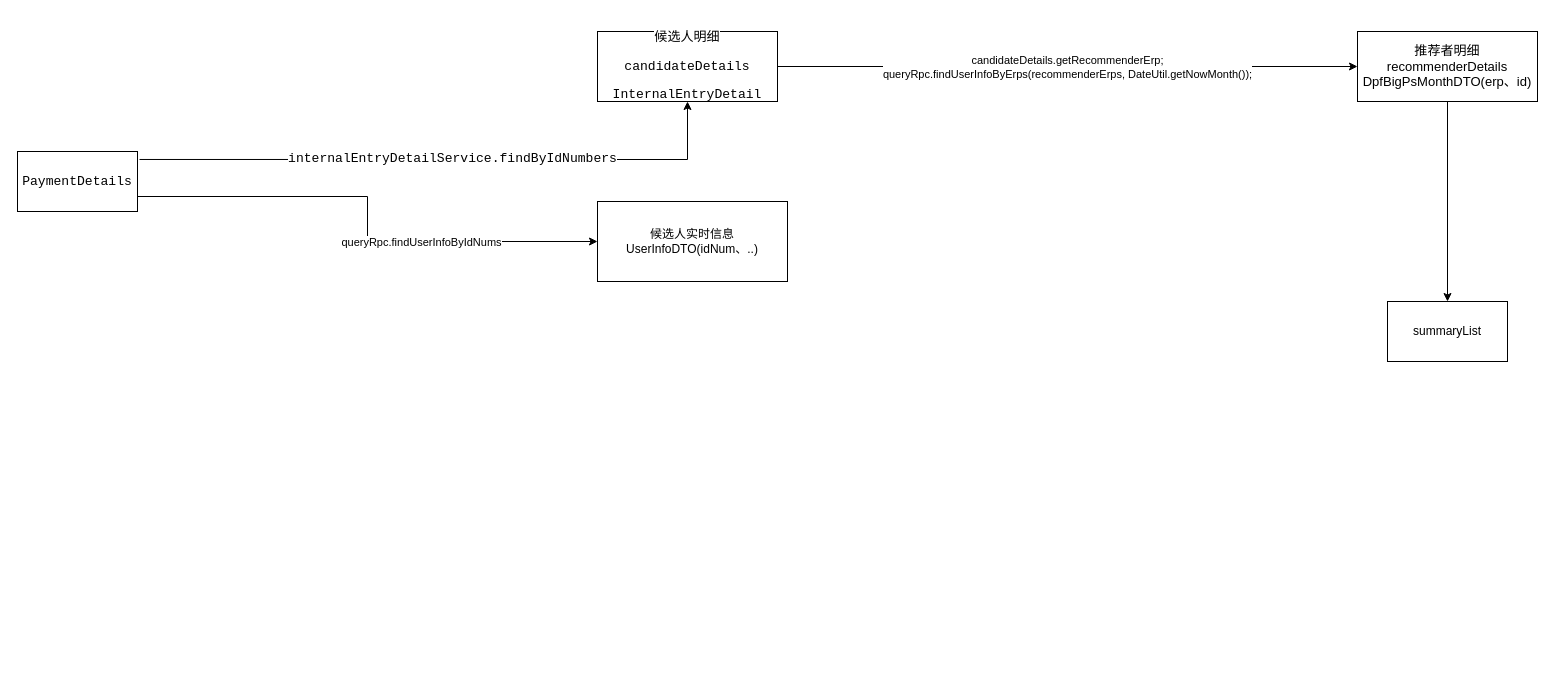
The draw.io diagram Untitled Diagram.drawio in A-Rivi/git-demo, before the edit. Source tidied: cells renumbered, new cells numbered last; positions are measured from the earlier drawing's top-left corner, leaving out a move shared by most shapes. Both pictures are drawn from the tidied source at 100%, with x=0, y=0 at pixel (17, 31).
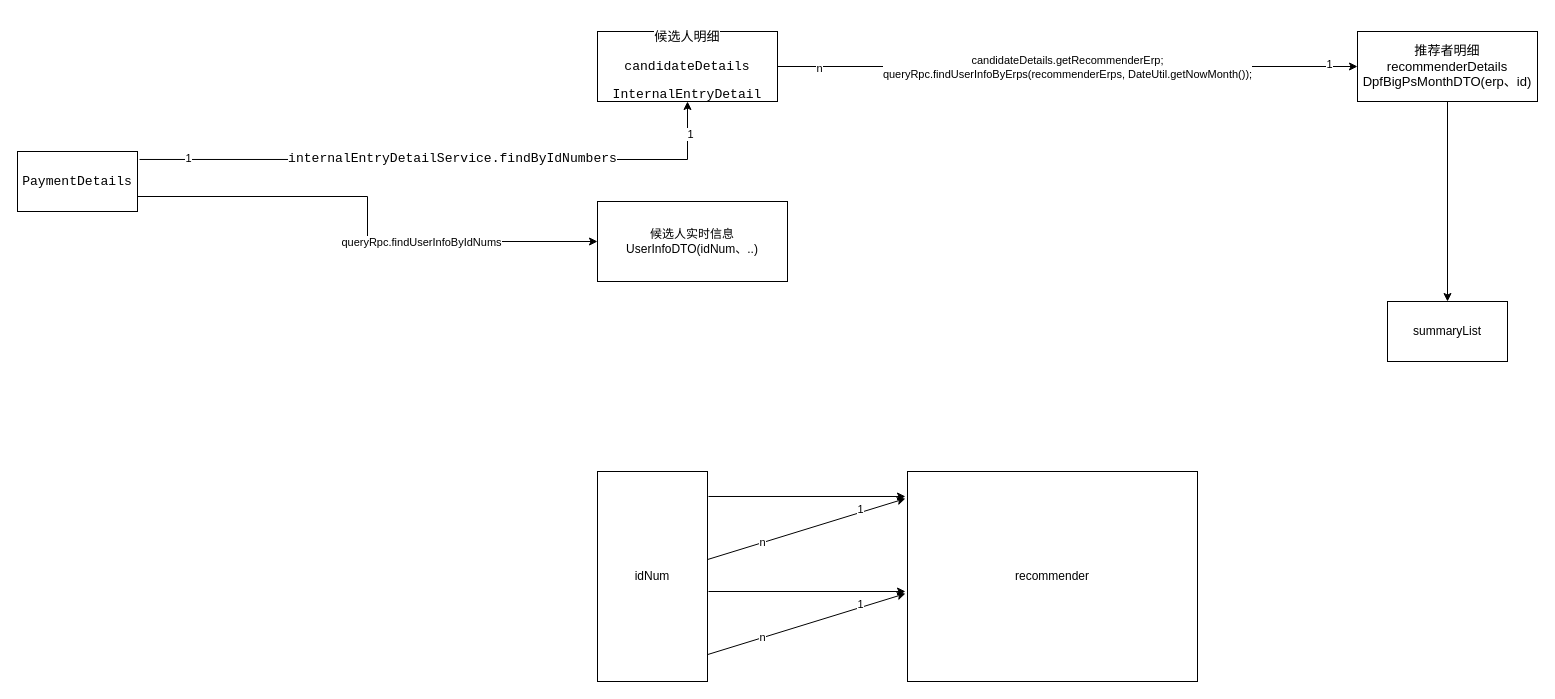
The same diagram, later.

The change refers to these unchanged cells:
```xml
<mxCell id="2" style="edgeStyle=orthogonalEdgeStyle;rounded=0;jettySize=auto;html=1;exitX=1.017;exitY=0.133;exitDx=0;exitDy=0;exitPerimeter=0;" parent="1" edge="1" source="6" target="9">
  <mxGeometry relative="1" as="geometry" />
</mxCell>
<mxCell id="7" style="edgeStyle=orthogonalEdgeStyle;rounded=0;jettySize=auto;html=1;fontColor=#000000;" parent="1" edge="1" source="9" target="12">
  <mxGeometry relative="1" as="geometry" />
</mxCell>
```

Change to the diagram source:
```diff
@@
+    <mxCell id="14" value="1" style="edgeLabel;html=1;align=center;verticalAlign=middle;fontColor=#000000;" parent="2" vertex="1">
+      <mxGeometry x="-0.84" y="1" relative="1" as="geometry" />
+    </mxCell>
+    <mxCell id="15" value="1" style="edgeLabel;html=1;align=center;verticalAlign=middle;fontColor=#000000;" parent="2" vertex="1">
+      <mxGeometry x="0.89" y="-2" relative="1" as="geometry" />
+    </mxCell>
@@
+    <mxCell id="16" value="n" style="edgeLabel;html=1;align=center;verticalAlign=middle;fontColor=#000000;" parent="7" vertex="1">
+      <mxGeometry x="-0.86" y="-1" relative="1" as="geometry" />
+    </mxCell>
+    <mxCell id="17" value="1" style="edgeLabel;html=1;align=center;verticalAlign=middle;fontColor=#000000;" parent="7" vertex="1">
+      <mxGeometry x="0.9" y="3" relative="1" as="geometry" />
+    </mxCell>
@@
+    <mxCell id="18" style="rounded=0;jettySize=auto;html=1;fontColor=#000000;entryX=-0.007;entryY=0.129;entryDx=0;entryDy=0;entryPerimeter=0;" parent="1" edge="1" source="22" target="23">
+      <mxGeometry relative="1" as="geometry" />
+    </mxCell>
+    <mxCell id="19" value="n" style="edgeLabel;html=1;align=center;verticalAlign=middle;fontColor=#000000;" parent="18" vertex="1">
+      <mxGeometry x="-0.45" y="1" relative="1" as="geometry" />
+    </mxCell>
+    <mxCell id="20" value="1" style="edgeLabel;html=1;align=center;verticalAlign=middle;fontColor=#000000;" parent="18" vertex="1">
+      <mxGeometry x="0.55" y="3" relative="1" as="geometry" />
+    </mxCell>
+    <mxCell id="21" style="edgeStyle=none;rounded=0;jettySize=auto;html=1;entryX=-0.007;entryY=0.119;entryDx=0;entryDy=0;fontColor=#000000;exitX=1.009;exitY=0.119;exitDx=0;exitDy=0;entryPerimeter=0;exitPerimeter=0;" parent="1" edge="1" source="22" target="23">
+      <mxGeometry relative="1" as="geometry" />
+    </mxCell>
+    <mxCell id="22" value="idNum" style="rounded=0;whiteSpace=wrap;html=1;labelBackgroundColor=#FFFFFF;fontColor=#000000;" parent="1" vertex="1">
+      <mxGeometry x="580" y="440" width="110" height="210" as="geometry" />
+    </mxCell>
+    <mxCell id="23" value="recommender" style="rounded=0;whiteSpace=wrap;html=1;labelBackgroundColor=#FFFFFF;fontColor=#000000;" parent="1" vertex="1">
+      <mxGeometry x="890" y="440" width="290" height="210" as="geometry" />
+    </mxCell>
+    <mxCell id="24" style="rounded=0;orthogonalLoop=1;jettySize=auto;html=1;fontColor=#000000;entryX=-0.007;entryY=0.129;entryDx=0;entryDy=0;entryPerimeter=0;" parent="1" edge="1">
+      <mxGeometry relative="1" as="geometry">
+        <mxPoint x="690" y="623.1" as="sourcePoint" />
+        <mxPoint x="888" y="562.1" as="targetPoint" />
+      </mxGeometry>
+    </mxCell>
+    <mxCell id="25" value="n" style="edgeLabel;html=1;align=center;verticalAlign=middle;fontColor=#000000;" parent="24" vertex="1">
+      <mxGeometry x="-0.45" y="1" relative="1" as="geometry" />
+    </mxCell>
+    <mxCell id="26" value="1" style="edgeLabel;html=1;align=center;verticalAlign=middle;fontColor=#000000;" parent="24" vertex="1">
+      <mxGeometry x="0.55" y="3" relative="1" as="geometry" />
+    </mxCell>
+    <mxCell id="27" style="edgeStyle=none;rounded=0;orthogonalLoop=1;jettySize=auto;html=1;entryX=-0.007;entryY=0.119;entryDx=0;entryDy=0;fontColor=#000000;exitX=1.009;exitY=0.119;exitDx=0;exitDy=0;entryPerimeter=0;exitPerimeter=0;" parent="1" edge="1">
+      <mxGeometry relative="1" as="geometry">
+        <mxPoint x="691" y="560" as="sourcePoint" />
+        <mxPoint x="888" y="560" as="targetPoint" />
+      </mxGeometry>
+    </mxCell>
```
